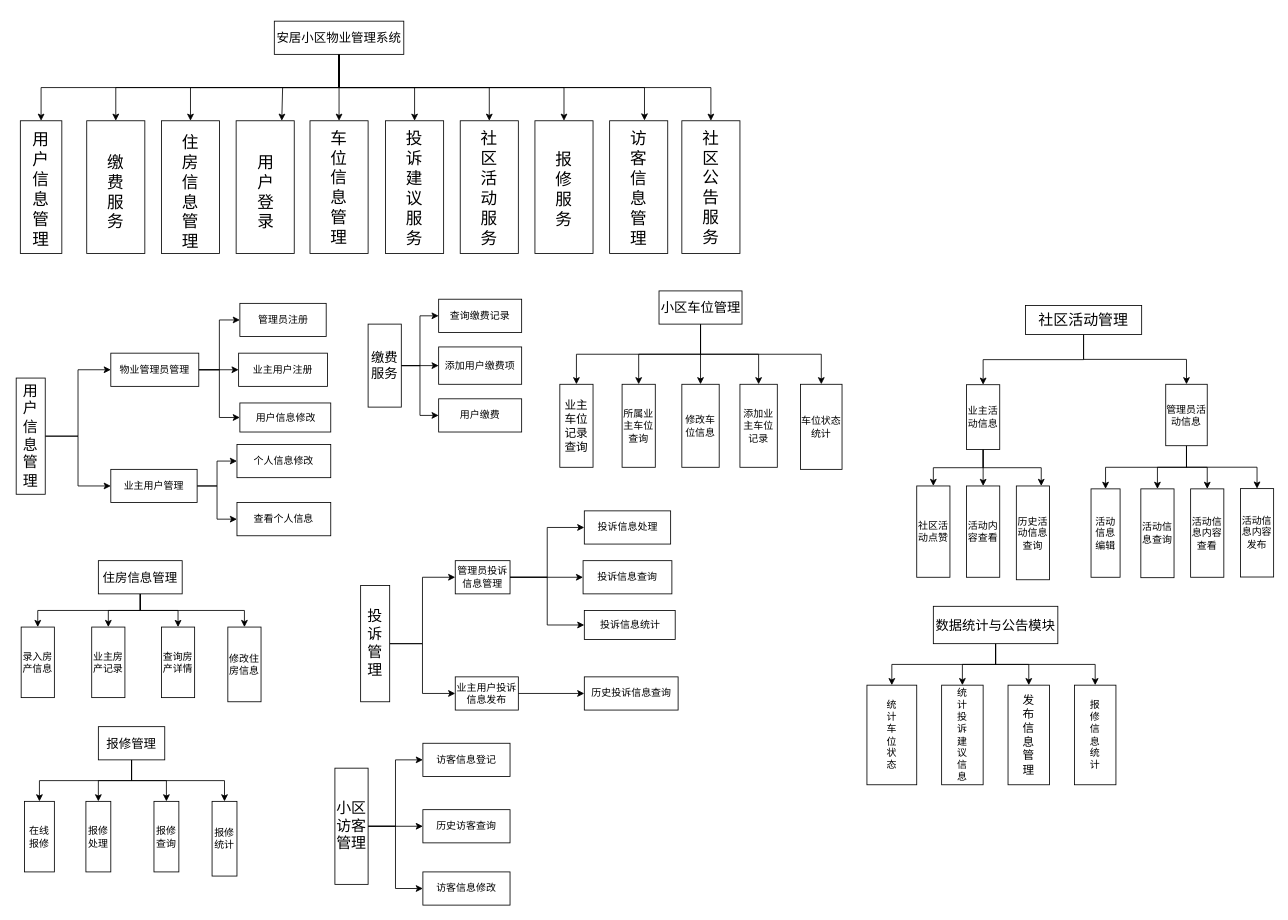
Above: page "第 3 页" (3 of 4) of projectfiles/uml/安居小区物业管理系统.drawio in KuChanMaster/PropertiesManager (draw.io), before the change. Source tidied: cells renumbered, new cells numbered last; positions are measured from the earlier drawing's top-left corner, leaving out a move shared by most shapes. Both pictures are drawn from the tidied source at 83%, with x=0, y=0 at pixel (16, 21).
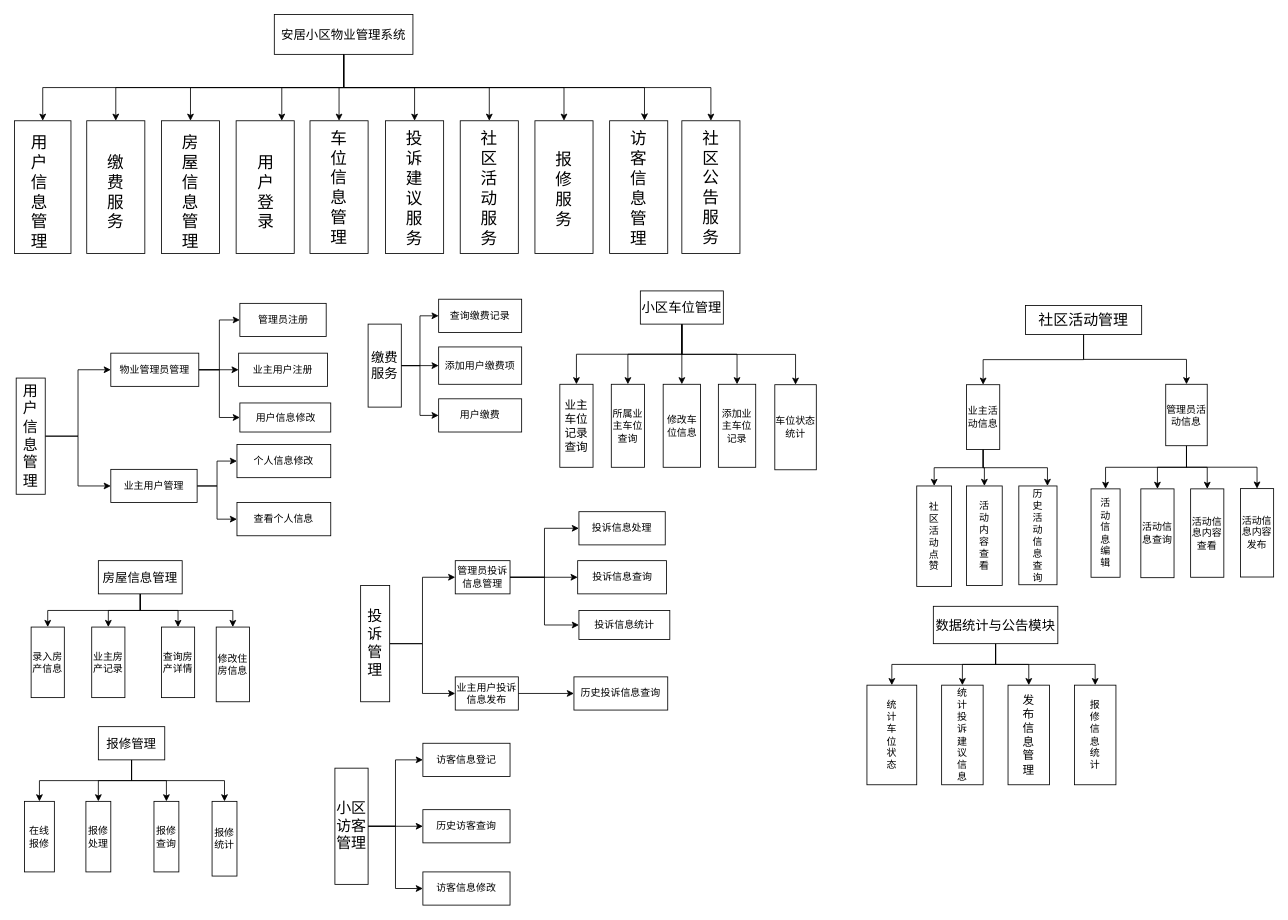
After the change.

The change refers to these unchanged cells:
```xml
<mxCell id="113" value="业主活动信息" style="rounded=0;whiteSpace=wrap;html=1;direction=south;" parent="1" vertex="1">
  <mxGeometry x="1145" y="438" width="40" height="78" as="geometry" />
</mxCell>
```

The edit, as a diff of the source:
```diff
@@
     <mxCell id="11" value="&lt;font style=&quot;font-size: 15px;&quot;&gt;安居小区物业管理系统&lt;/font&gt;" style="rounded=0;whiteSpace=wrap;html=1;" parent="1" vertex="1">
-      <mxGeometry x="311" width="156" height="40" as="geometry" />
+      <mxGeometry x="311" y="-8" width="167" height="48" as="geometry" />
     </mxCell>
     <mxCell id="12" style="rounded=0;whiteSpace=wrap;html=1;align=left;" parent="1" vertex="1">
-      <mxGeometry x="5" y="120" width="50" height="160" as="geometry" />
+      <mxGeometry x="-2" y="120" width="68" height="160" as="geometry" />
     </mxCell>
@@
     <mxCell id="22" value="&lt;font style=&quot;font-size: 20px;&quot;&gt;用户信息管理&lt;/font&gt;" style="text;html=1;align=center;verticalAlign=middle;whiteSpace=wrap;rounded=0;" parent="1" vertex="1">
-      <mxGeometry x="20" y="137" width="20" height="130" as="geometry" />
+      <mxGeometry x="18" y="140" width="20" height="130" as="geometry" />
     </mxCell>
@@
-    <mxCell id="24" value="&lt;span style=&quot;font-size: 20px;&quot;&gt;住&lt;/span&gt;&lt;span style=&quot;font-size: 20px;&quot;&gt;房信息管理&lt;/span&gt;" style="text;html=1;align=center;verticalAlign=middle;whiteSpace=wrap;rounded=0;" parent="1" vertex="1">
+    <mxCell id="24" value="&lt;span style=&quot;font-size: 20px;&quot;&gt;房屋信息管理&lt;/span&gt;" style="text;html=1;align=center;verticalAlign=middle;whiteSpace=wrap;rounded=0;" parent="1" vertex="1">
       <mxGeometry x="200" y="140" width="20" height="130" as="geometry" />
     </mxCell>
@@
-    <mxCell id="61" value="&lt;font style=&quot;font-size: 15px;&quot;&gt;住房信息管理&lt;/font&gt;" style="whiteSpace=wrap;html=1;rounded=0;direction=south;" parent="1" vertex="1">
+    <mxCell id="61" value="&lt;font style=&quot;font-size: 15px;&quot;&gt;房屋信息管理&lt;/font&gt;" style="whiteSpace=wrap;html=1;rounded=0;direction=south;" parent="1" vertex="1">
       <mxGeometry x="99" y="650" width="101" height="40" as="geometry" />
     </mxCell>
     <mxCell id="62" value="录入房产信息" style="whiteSpace=wrap;html=1;rounded=0;direction=south;" parent="1" vertex="1">
-      <mxGeometry x="6" y="730" width="40" height="85" as="geometry" />
+      <mxGeometry x="18" y="730" width="40" height="85" as="geometry" />
     </mxCell>
@@
     <mxCell id="64" value="修改住房信息" style="rounded=0;whiteSpace=wrap;html=1;direction=south;" parent="1" vertex="1">
-      <mxGeometry x="255" y="730" width="40" height="90" as="geometry" />
+      <mxGeometry x="241" y="730" width="40" height="90" as="geometry" />
     </mxCell>
@@
     <mxCell id="84" value="投诉信息处理" style="whiteSpace=wrap;html=1;" parent="1" vertex="1">
-      <mxGeometry x="684.5" y="590" width="104" height="40" as="geometry" />
+      <mxGeometry x="678" y="591" width="104" height="40" as="geometry" />
     </mxCell>
     <mxCell id="85" value="投诉信息查询" style="rounded=0;whiteSpace=wrap;html=1;" parent="1" vertex="1">
-      <mxGeometry x="683" y="650" width="107" height="40" as="geometry" />
+      <mxGeometry x="676.5" y="650" width="107" height="40" as="geometry" />
     </mxCell>
     <mxCell id="86" value="投诉信息统计" style="rounded=0;whiteSpace=wrap;html=1;" parent="1" vertex="1">
-      <mxGeometry x="684.5" y="710" width="109.5" height="35" as="geometry" />
+      <mxGeometry x="678" y="710" width="109.5" height="35" as="geometry" />
     </mxCell>
     <mxCell id="87" value="历史投诉信息查询" style="rounded=0;whiteSpace=wrap;html=1;" parent="1" vertex="1">
-      <mxGeometry x="684.5" y="790" width="113" height="40" as="geometry" />
+      <mxGeometry x="672" y="790" width="113" height="40" as="geometry" />
     </mxCell>
@@
     <mxCell id="102" value="&lt;span style=&quot;font-size: 16px;&quot;&gt;小区车位管理&lt;/span&gt;" style="rounded=0;whiteSpace=wrap;html=1;direction=south;" parent="1" vertex="1">
-      <mxGeometry x="774.5" y="325" width="100" height="40" as="geometry" />
+      <mxGeometry x="752" y="325" width="100" height="40" as="geometry" />
     </mxCell>
@@
     <mxCell id="104" value="添加业主车位记录" style="whiteSpace=wrap;html=1;rounded=0;direction=south;" parent="1" vertex="1">
-      <mxGeometry x="872" y="437.5" width="45" height="100" as="geometry" />
+      <mxGeometry x="846" y="437.5" width="45" height="100" as="geometry" />
     </mxCell>
     <mxCell id="105" value="所属业主车位查询" style="rounded=0;whiteSpace=wrap;html=1;direction=south;" parent="1" vertex="1">
-      <mxGeometry x="730" y="437.5" width="40" height="100" as="geometry" />
+      <mxGeometry x="717" y="437.5" width="40" height="100" as="geometry" />
     </mxCell>
     <mxCell id="106" value="修改车位信息" style="rounded=0;whiteSpace=wrap;html=1;direction=south;" parent="1" vertex="1">
-      <mxGeometry x="802" y="437.5" width="45" height="100" as="geometry" />
+      <mxGeometry x="779.5" y="437.5" width="45" height="100" as="geometry" />
     </mxCell>
@@
     <mxCell id="112" style="edgeStyle=orthogonalEdgeStyle;rounded=0;jettySize=auto;html=1;exitX=1;exitY=0.5;exitDx=0;exitDy=0;entryX=0;entryY=0.25;entryDx=0;entryDy=0;" parent="1" edge="1" source="113" target="125">
-      <mxGeometry relative="1" as="geometry" />
+      <mxGeometry relative="1" as="geometry">
+        <Array as="points">
+          <mxPoint x="1165" y="538" />
+          <mxPoint x="1242" y="538" />
+        </Array>
+      </mxGeometry>
     </mxCell>
@@
-    <mxCell id="120" value="活动信息编辑" style="rounded=0;whiteSpace=wrap;html=1;direction=south;" parent="1" vertex="1">
+    <mxCell id="120" value="活&lt;div&gt;动&lt;/div&gt;&lt;div&gt;信&lt;/div&gt;&lt;div&gt;息&lt;/div&gt;&lt;div&gt;编&lt;/div&gt;&lt;div&gt;辑&lt;/div&gt;" style="rounded=0;whiteSpace=wrap;html=1;direction=south;" parent="1" vertex="1">
       <mxGeometry x="1295" y="563.5" width="35" height="106.5" as="geometry" />
     </mxCell>
-    <mxCell id="121" value="社区活动点赞" style="rounded=0;whiteSpace=wrap;html=1;direction=south;" parent="1" vertex="1">
-      <mxGeometry x="1085" y="560" width="40" height="110" as="geometry" />
+    <mxCell id="121" value="社&lt;div&gt;区&lt;/div&gt;&lt;div&gt;活&lt;/div&gt;&lt;div&gt;动&lt;/div&gt;&lt;div&gt;点&lt;/div&gt;&lt;div&gt;赞&lt;/div&gt;" style="rounded=0;whiteSpace=wrap;html=1;direction=south;" parent="1" vertex="1">
+      <mxGeometry x="1085" y="560" width="42" height="121" as="geometry" />
     </mxCell>
-    <mxCell id="122" value="活动内容查看" style="rounded=0;whiteSpace=wrap;html=1;direction=south;" parent="1" vertex="1">
-      <mxGeometry x="1145" y="560" width="40" height="110" as="geometry" />
+    <mxCell id="122" value="活&lt;div&gt;动&lt;/div&gt;&lt;div&gt;内&lt;/div&gt;&lt;div&gt;容&lt;/div&gt;&lt;div&gt;查&lt;/div&gt;&lt;div&gt;看&lt;/div&gt;" style="rounded=0;whiteSpace=wrap;html=1;direction=south;" parent="1" vertex="1">
+      <mxGeometry x="1145" y="560" width="43" height="120" as="geometry" />
     </mxCell>
@@
     <mxCell id="124" value="车位状态统计" style="rounded=0;whiteSpace=wrap;html=1;" parent="1" vertex="1">
-      <mxGeometry x="945" y="437.5" width="50" height="102.5" as="geometry" />
+      <mxGeometry x="914" y="438" width="50" height="102.5" as="geometry" />
     </mxCell>
-    <mxCell id="125" value="历史活动信息查询" style="rounded=0;whiteSpace=wrap;html=1;direction=south;" parent="1" vertex="1">
-      <mxGeometry x="1205" y="560" width="40" height="113" as="geometry" />
+    <mxCell id="125" value="历&lt;div&gt;史&lt;/div&gt;&lt;div&gt;活&lt;/div&gt;&lt;div&gt;动&lt;/div&gt;&lt;div&gt;信&lt;/div&gt;&lt;div&gt;息&lt;/div&gt;&lt;div&gt;查&lt;/div&gt;&lt;div&gt;询&lt;/div&gt;" style="rounded=0;whiteSpace=wrap;html=1;direction=south;" parent="1" vertex="1">
+      <mxGeometry x="1208" y="560" width="46" height="119" as="geometry" />
     </mxCell>
```
